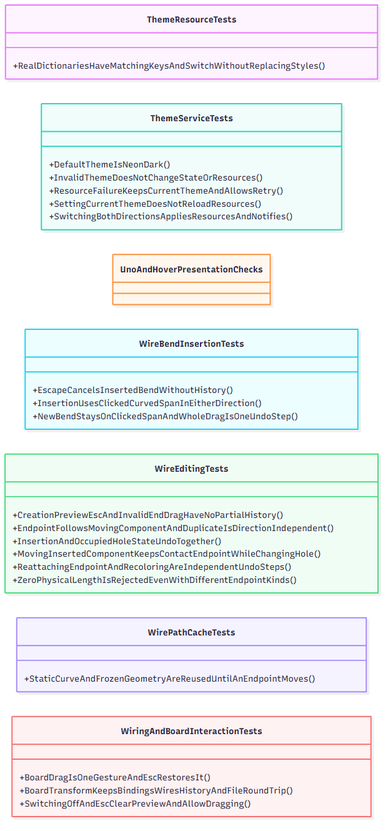
Ismail-DEV-dg/3D-physical-Technical-constructor keeps this Mermaid diagram as docs/uml/images/tests-tests-06.png. Above is the earlier version. Its source is kept beside it as docs/uml/generated/tests-tests-06.mmd.
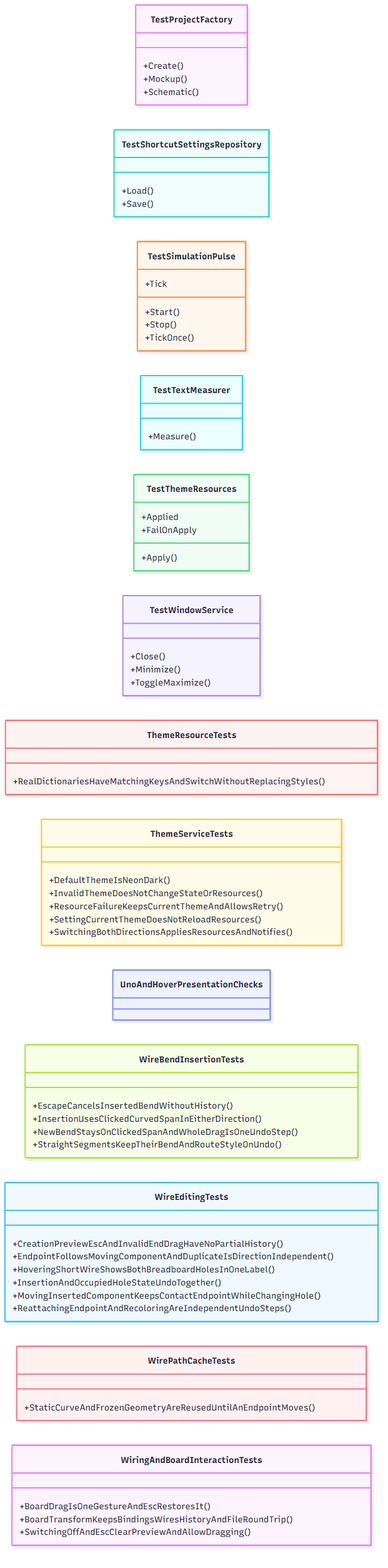
After the commit.

What changed in the source:
```diff
@@ -1,28 +1,51 @@
 classDiagram
     direction LR
-    class T01["ThemeResourceTests"]
-    T01 : +RealDictionariesHaveMatchingKeysAndSwitchWithoutReplacingStyles()
-    class T02["ThemeServiceTests"]
-    T02 : +DefaultThemeIsNeonDark()
-    T02 : +InvalidThemeDoesNotChangeStateOrResources()
-    T02 : +ResourceFailureKeepsCurrentThemeAndAllowsRetry()
-    T02 : +SettingCurrentThemeDoesNotReloadResources()
-    T02 : +SwitchingBothDirectionsAppliesResourcesAndNotifies()
-    class T03["UnoAndHoverPresentationChecks"]
-    class T04["WireBendInsertionTests"]
-    T04 : +EscapeCancelsInsertedBendWithoutHistory()
-    T04 : +InsertionUsesClickedCurvedSpanInEitherDirection()
-    T04 : +NewBendStaysOnClickedSpanAndWholeDragIsOneUndoStep()
-    class T05["WireEditingTests"]
-    T05 : +CreationPreviewEscAndInvalidEndDragHaveNoPartialHistory()
-    T05 : +EndpointFollowsMovingComponentAndDuplicateIsDirectionIndependent()
-    T05 : +InsertionAndOccupiedHoleStateUndoTogether()
-    T05 : +MovingInsertedComponentKeepsContactEndpointWhileChangingHole()
-    T05 : +ReattachingEndpointAndRecoloringAreIndependentUndoSteps()
-    T05 : +ZeroPhysicalLengthIsRejectedEvenWithDifferentEndpointKinds()
-    class T06["WirePathCacheTests"]
-    T06 : +StaticCurveAndFrozenGeometryAreReusedUntilAnEndpointMoves()
-    class T07["WiringAndBoardInteractionTests"]
-    T07 : +BoardDragIsOneGestureAndEscRestoresIt()
-    T07 : +BoardTransformKeepsBindingsWiresHistoryAndFileRoundTrip()
-    T07 : +SwitchingOffAndEscClearPreviewAndAllowDragging()
+    class T01["TestProjectFactory"]
+    T01 : +Create()
+    T01 : +Mockup()
+    T01 : +Schematic()
+    class T02["TestShortcutSettingsRepository"]
+    T02 : +Load()
+    T02 : +Save()
+    class T03["TestSimulationPulse"]
+    T03 : +Start()
+    T03 : +Stop()
+    T03 : +Tick
+    T03 : +TickOnce()
+    class T04["TestTextMeasurer"]
+    T04 : +Measure()
+    class T05["TestThemeResources"]
+    T05 : +Applied
+    T05 : +Apply()
+    T05 : +FailOnApply
+    class T06["TestWindowService"]
+    T06 : +Close()
+    T06 : +Minimize()
+    T06 : +ToggleMaximize()
+    class T07["ThemeResourceTests"]
+    T07 : +RealDictionariesHaveMatchingKeysAndSwitchWithoutReplacingStyles()
+    class T08["ThemeServiceTests"]
+    T08 : +DefaultThemeIsNeonDark()
+    T08 : +InvalidThemeDoesNotChangeStateOrResources()
+    T08 : +ResourceFailureKeepsCurrentThemeAndAllowsRetry()
+    T08 : +SettingCurrentThemeDoesNotReloadResources()
+    T08 : +SwitchingBothDirectionsAppliesResourcesAndNotifies()
+    class T09["UnoAndHoverPresentationChecks"]
+    class T10["WireBendInsertionTests"]
+    T10 : +EscapeCancelsInsertedBendWithoutHistory()
+    T10 : +InsertionUsesClickedCurvedSpanInEitherDirection()
+    T10 : +NewBendStaysOnClickedSpanAndWholeDragIsOneUndoStep()
+    T10 : +StraightSegmentsKeepTheirBendAndRouteStyleOnUndo()
+    class T11["WireEditingTests"]
+    T11 : +CreationPreviewEscAndInvalidEndDragHaveNoPartialHistory()
+    T11 : +EndpointFollowsMovingComponentAndDuplicateIsDirectionIndependent()
+    T11 : +HoveringShortWireShowsBothBreadboardHolesInOneLabel()
+    T11 : +InsertionAndOccupiedHoleStateUndoTogether()
+    T11 : +MovingInsertedComponentKeepsContactEndpointWhileChangingHole()
+    T11 : +ReattachingEndpointAndRecoloringAreIndependentUndoSteps()
+    class T12["WirePathCacheTests"]
+    T12 : +StaticCurveAndFrozenGeometryAreReusedUntilAnEndpointMoves()
+    class T13["WiringAndBoardInteractionTests"]
+    T13 : +BoardDragIsOneGestureAndEscRestoresIt()
+    T13 : +BoardTransformKeepsBindingsWiresHistoryAndFileRoundTrip()
+    T13 : +SwitchingOffAndEscClearPreviewAndAllowDragging()
```
